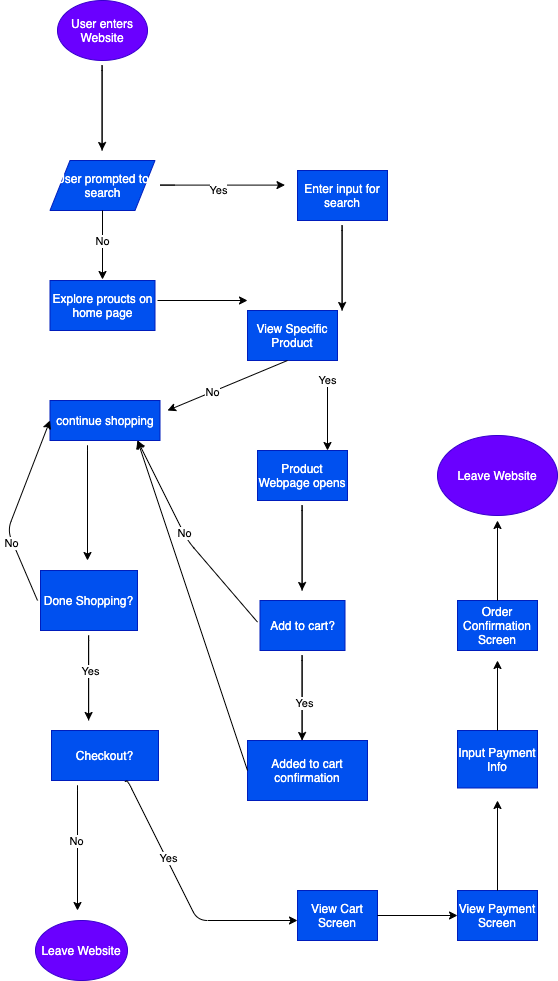
Before: explore/diagramming/diagram.drawio.png, a diagram exported from draw.io (kylenakai/fa21-cse110-lab4). Source tidied: cells renumbered, new cells last; positions are measured from the earlier drawing's top-left corner, leaving out a move shared by most shapes.
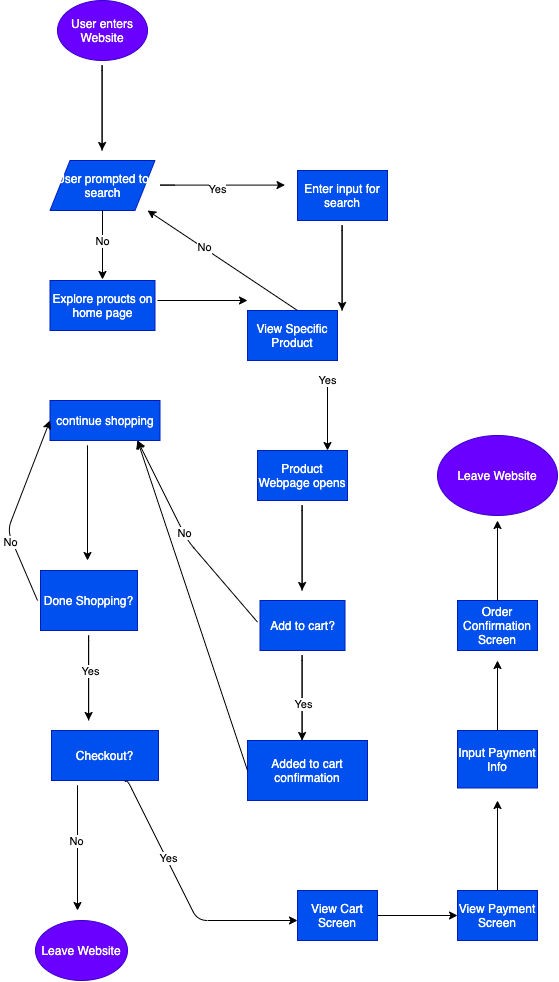
After the commit.

Change to the diagram source:
```diff
@@ -67,12 +67,11 @@
     <mxCell id="14" value="View Specific Product" style="rounded=0;whiteSpace=wrap;html=1;fillColor=#0050ef;strokeColor=#001DBC;fontColor=#ffffff;" parent="1" vertex="1">
       <mxGeometry x="240" y="310" width="90" height="50" as="geometry" />
     </mxCell>
-    <mxCell id="15" style="endArrow=classic;html=1;" parent="1" edge="1">
+    <mxCell id="15" style="endArrow=classic;html=1;entryX=0.929;entryY=1;entryDx=0;entryDy=0;entryPerimeter=0;" parent="1" edge="1" target="4">
       <mxGeometry relative="1" as="geometry">
-        <mxPoint x="280" y="360" as="sourcePoint" />
-        <mxPoint x="160" y="410" as="targetPoint" />
+        <mxPoint x="290" y="310" as="sourcePoint" />
         <Array as="points">
-          <mxPoint x="280" y="360" />
+          <mxPoint x="290" y="310" />
         </Array>
       </mxGeometry>
     </mxCell>
```
